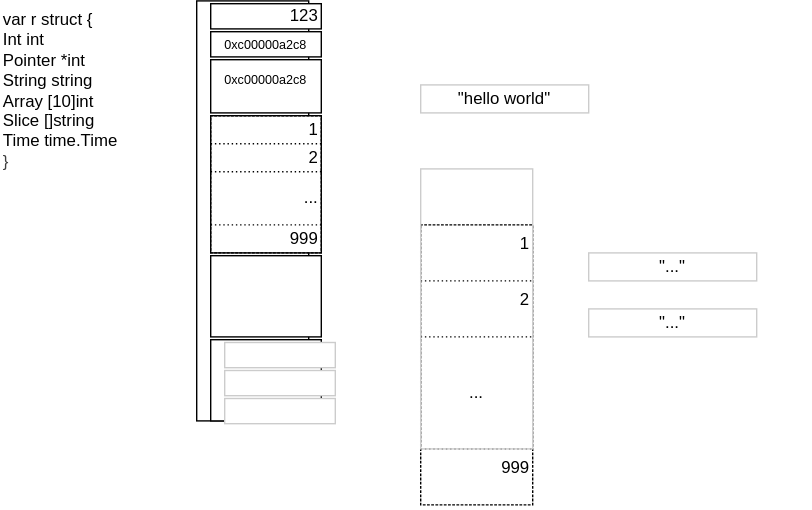
Earlier version of the draw.io export article/svg/struct.svg (nshichi/go-mem). Source tidied: cells renumbered, new cells last; positions are measured from the earlier drawing's top-left corner, leaving out a move shared by most shapes.
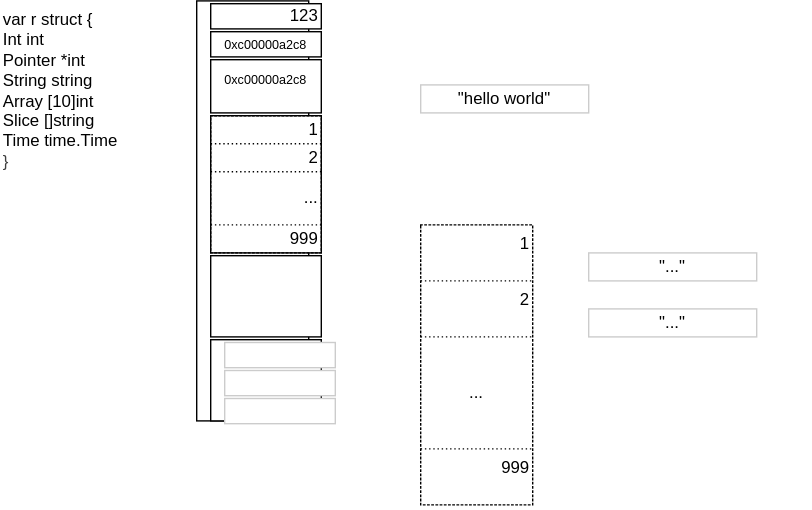
The same file after the commit.

What changed in the source:
```diff
@@ -92,9 +92,6 @@
     <mxCell id="31" value="&quot;hello world&quot;" style="whiteSpace=wrap;html=1;align=center;verticalAlign=middle;fillColor=none;strokeColor=#CCCCCC;" parent="1" vertex="1">
       <mxGeometry x="300" y="60" width="120" height="20" as="geometry" />
     </mxCell>
-    <mxCell id="32" style="whiteSpace=wrap;html=1;align=center;verticalAlign=top;fillColor=none;strokeColor=#CCCCCC;" parent="1" vertex="1">
-      <mxGeometry x="300" y="120" width="80" height="200" as="geometry" />
-    </mxCell>
     <mxCell id="33" value="&quot;...&quot;" style="whiteSpace=wrap;html=1;align=center;verticalAlign=middle;fillColor=none;strokeColor=#CCCCCC;" parent="1" vertex="1">
       <mxGeometry x="420" y="180" width="120" height="20" as="geometry" />
     </mxCell>
```
